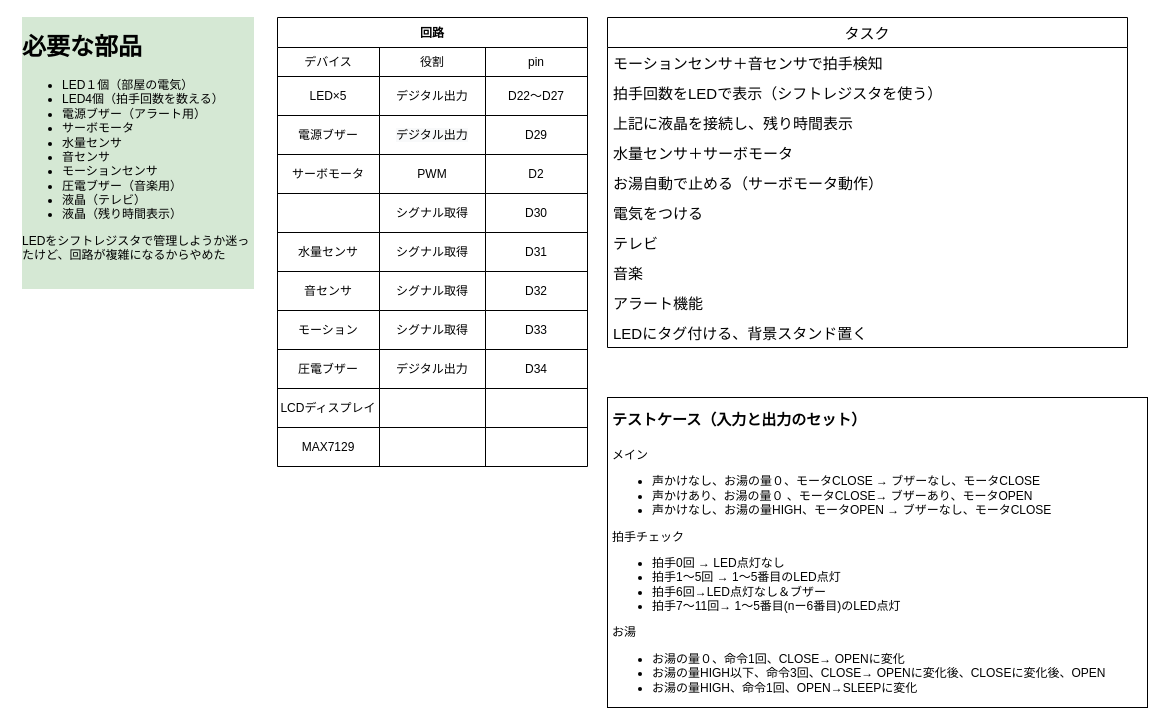
AK-8420/documents_2021_Arduino_arch keeps this draw.io diagram as page "Memo" (3 of 3) of SmartBath.drawio. Above is the earlier version. Source tidied: cells renumbered, new cells numbered last; positions are measured from the earlier drawing's top-left corner, leaving out a move shared by most shapes. Both pictures are drawn from the tidied source at 100%, with x=0, y=0 at pixel (17, 17).
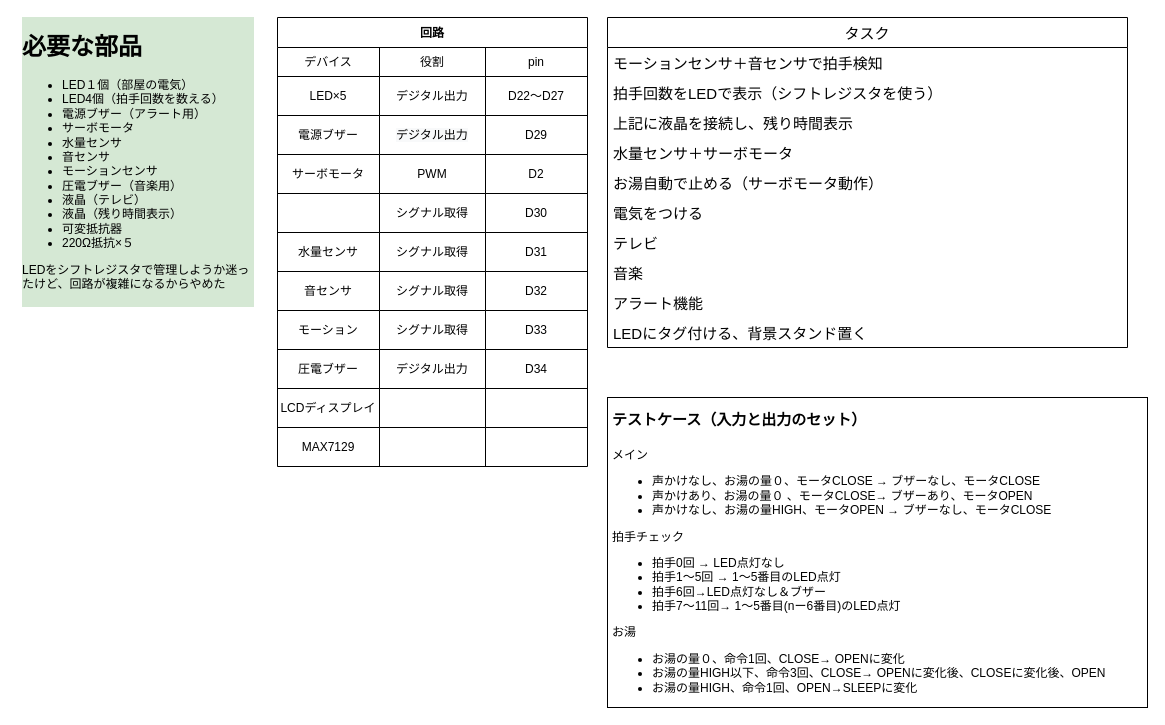
After the change.

Diff of the diagram source:
```diff
@@
-    <mxCell id="2" value="&lt;h1&gt;必要な部品&lt;/h1&gt;&lt;p&gt;&lt;/p&gt;&lt;ul&gt;&lt;li&gt;LED１個（部屋の電気）&lt;/li&gt;&lt;li&gt;LED4個（拍手回数を数える）&lt;/li&gt;&lt;li&gt;電源ブザー（アラート用）&lt;/li&gt;&lt;li&gt;サーボモータ&lt;/li&gt;&lt;li&gt;水量センサ&lt;/li&gt;&lt;li&gt;音センサ&lt;/li&gt;&lt;li&gt;モーションセンサ&lt;/li&gt;&lt;li&gt;圧電ブザー（音楽用）&lt;/li&gt;&lt;li&gt;液晶（テレビ）&lt;/li&gt;&lt;li&gt;液晶（残り時間表示）&lt;/li&gt;&lt;/ul&gt;LEDをシフトレジスタで管理しようか迷ったけど、回路が複雑になるからやめた&lt;br&gt;&lt;br&gt;&lt;p&gt;&lt;/p&gt;" style="text;html=1;strokeColor=none;fillColor=none;spacing=5;spacingTop=-20;whiteSpace=wrap;overflow=hidden;rounded=0;labelBackgroundColor=#D5E8D4;fontSize=12;" parent="1" vertex="1">
+    <mxCell id="2" value="&lt;h1&gt;必要な部品&lt;/h1&gt;&lt;p&gt;&lt;/p&gt;&lt;ul&gt;&lt;li&gt;LED１個（部屋の電気）&lt;/li&gt;&lt;li&gt;LED4個（拍手回数を数える）&lt;/li&gt;&lt;li&gt;電源ブザー（アラート用）&lt;/li&gt;&lt;li&gt;サーボモータ&lt;/li&gt;&lt;li&gt;水量センサ&lt;/li&gt;&lt;li&gt;音センサ&lt;/li&gt;&lt;li&gt;モーションセンサ&lt;/li&gt;&lt;li&gt;圧電ブザー（音楽用）&lt;/li&gt;&lt;li&gt;液晶（テレビ）&lt;/li&gt;&lt;li&gt;液晶（残り時間表示）&lt;/li&gt;&lt;li&gt;可変抵抗器&lt;/li&gt;&lt;li&gt;220Ω抵抗×５&lt;/li&gt;&lt;/ul&gt;LEDをシフトレジスタで管理しようか迷ったけど、回路が複雑になるからやめた&lt;br&gt;&lt;br&gt;&lt;p&gt;&lt;/p&gt;" style="text;html=1;strokeColor=none;fillColor=none;spacing=5;spacingTop=-20;whiteSpace=wrap;overflow=hidden;rounded=0;labelBackgroundColor=#D5E8D4;fontSize=12;" parent="1" vertex="1">
       <mxGeometry y="10" width="240" height="280" as="geometry" />
     </mxCell>
```
